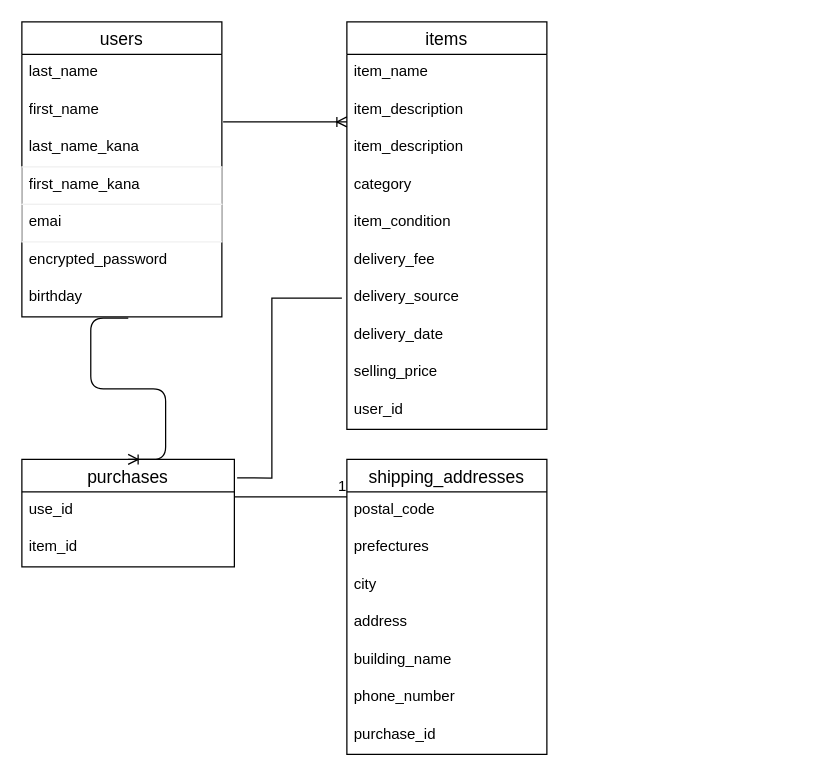
Above: test.dio in sasakink/furima-34568 (draw.io), before the change. Source tidied: cells renumbered, new cells numbered last; positions are measured from the earlier drawing's top-left corner, leaving out a move shared by most shapes. Both pictures are drawn from the tidied source at 125%, with x=0, y=0 at pixel (21, 21).
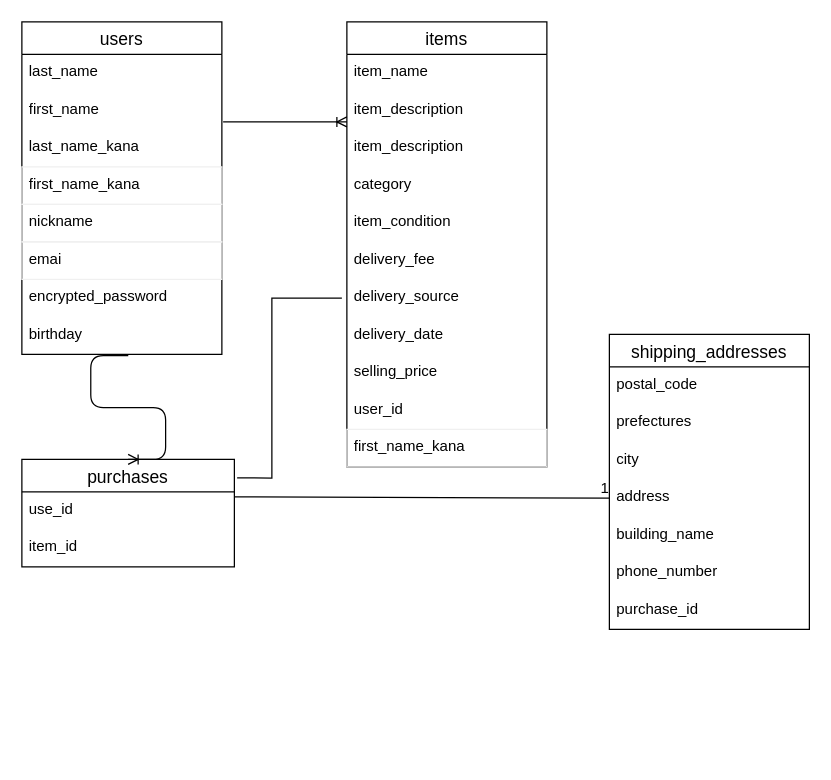
The same page after the edit.

Commit message (it also covers changes not shown here):
READMEを修正（３回目）

The change refers to these unchanged cells:
```xml
<mxCell id="28" value="address" style="text;strokeColor=none;fillColor=none;spacingLeft=4;spacingRight=4;overflow=hidden;points=[[0,0.5],[1,0.5]];portConstraint=eastwest;fontSize=12;" parent="24" vertex="1">
  <mxGeometry y="116" width="160" height="30" as="geometry" />
</mxCell>
```

What changed in the source:
```diff
@@
     <mxCell id="2" value="users" style="swimlane;fontStyle=0;horizontal=1;startSize=26;align=center;fontSize=14;" parent="1" vertex="1">
-      <mxGeometry width="160" height="236" as="geometry" />
+      <mxGeometry width="160" height="266" as="geometry" />
     </mxCell>
@@
+    <mxCell id="37" value="first_name_kana" style="text;fillColor=none;spacingLeft=4;spacingRight=4;overflow=hidden;fontSize=12;strokeColor=#f0f0f0;" parent="2" vertex="1">
+      <mxGeometry y="116" width="160" height="30" as="geometry" />
+    </mxCell>
-    <mxCell id="6" value="first_name_kana" style="text;fillColor=none;spacingLeft=4;spacingRight=4;overflow=hidden;fontSize=12;strokeColor=#f0f0f0;" parent="2" vertex="1">
-      <mxGeometry y="116" width="160" height="30" as="geometry" />
+    <mxCell id="6" value="nickname" style="text;fillColor=none;spacingLeft=4;spacingRight=4;overflow=hidden;fontSize=12;strokeColor=#f0f0f0;" parent="2" vertex="1">
+      <mxGeometry y="146" width="160" height="30" as="geometry" />
     </mxCell>
     <mxCell id="7" value="emai" style="text;fillColor=none;spacingLeft=4;spacingRight=4;overflow=hidden;fontSize=12;strokeColor=#f0f0f0;" parent="2" vertex="1">
-      <mxGeometry y="146" width="160" height="30" as="geometry" />
+      <mxGeometry y="176" width="160" height="30" as="geometry" />
     </mxCell>
     <mxCell id="8" value="encrypted_password" style="text;strokeColor=none;fillColor=none;spacingLeft=4;spacingRight=4;overflow=hidden;fontSize=12;" parent="2" vertex="1">
-      <mxGeometry y="176" width="160" height="30" as="geometry" />
+      <mxGeometry y="206" width="160" height="30" as="geometry" />
     </mxCell>
     <mxCell id="9" value="birthday" style="text;strokeColor=none;fillColor=none;spacingLeft=4;spacingRight=4;overflow=hidden;points=[[0,0.5],[1,0.5]];portConstraint=eastwest;fontSize=12;" parent="2" vertex="1">
-      <mxGeometry y="206" width="160" height="30" as="geometry" />
+      <mxGeometry y="236" width="160" height="30" as="geometry" />
     </mxCell>
     <mxCell id="10" value="items" style="swimlane;fontStyle=0;horizontal=1;startSize=26;align=center;fontSize=14;" parent="1" vertex="1">
-      <mxGeometry x="260" width="160" height="326" as="geometry" />
+      <mxGeometry x="260" width="160" height="356" as="geometry" />
     </mxCell>
@@
+    <mxCell id="38" value="first_name_kana" style="text;fillColor=none;spacingLeft=4;spacingRight=4;overflow=hidden;fontSize=12;strokeColor=#f0f0f0;" parent="10" vertex="1">
+      <mxGeometry y="326" width="160" height="30" as="geometry" />
+    </mxCell>
@@
     <mxCell id="24" value="shipping_addresses" style="swimlane;fontStyle=0;horizontal=1;startSize=26;align=center;fontSize=14;" parent="1" vertex="1">
-      <mxGeometry x="260" y="350" width="160" height="236" as="geometry" />
+      <mxGeometry x="470" y="250" width="160" height="236" as="geometry" />
     </mxCell>
@@
-    <mxCell id="32" style="endArrow=none;html=1;rounded=0;entryX=0;entryY=0.5;entryDx=0;entryDy=0;" parent="1" edge="1">
+    <mxCell id="32" style="endArrow=none;html=1;rounded=0;entryX=0;entryY=0.5;entryDx=0;entryDy=0;" parent="1" edge="1" target="28">
       <mxGeometry relative="1" as="geometry">
         <mxPoint x="170" y="380" as="sourcePoint" />
-        <mxPoint x="260" y="380" as="targetPoint" />
       </mxGeometry>
     </mxCell>
```
